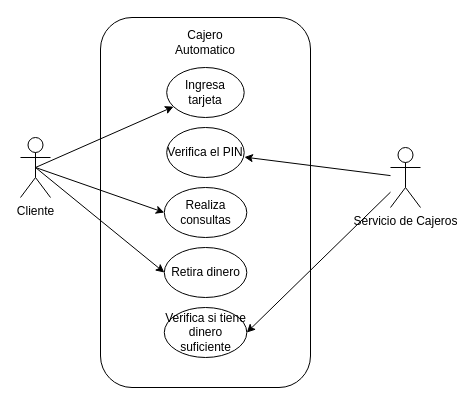
Above: Untitled Diagram.drawio in mrmango1/modeling (draw.io), before the change. Source tidied: cells renumbered, new cells numbered last; positions are measured from the earlier drawing's top-left corner, leaving out a move shared by most shapes. Both pictures are drawn from the tidied source at 100%, with x=0, y=0 at pixel (20, 17).
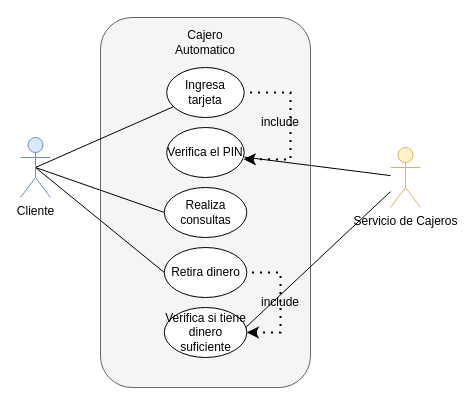
The same page after the edit.

The change refers to these unchanged cells:
```xml
<mxCell id="8" value="Realiza consultas" style="ellipse;whiteSpace=wrap;html=1;" parent="1" vertex="1">
  <mxGeometry x="143.8" y="170" width="82.5" height="50" as="geometry" />
</mxCell>
<mxCell id="9" value="Retira dinero" style="ellipse;whiteSpace=wrap;html=1;" parent="1" vertex="1">
  <mxGeometry x="143.8" y="230" width="82.5" height="50" as="geometry" />
</mxCell>
<mxCell id="10" value="Ingresa tarjeta" style="ellipse;whiteSpace=wrap;html=1;" parent="1" vertex="1">
  <mxGeometry x="146.2" y="50" width="77.5" height="50" as="geometry" />
</mxCell>
<mxCell id="14" value="Verifica el PIN" style="ellipse;whiteSpace=wrap;html=1;" parent="1" vertex="1">
  <mxGeometry x="146.2" y="110" width="77.5" height="50" as="geometry" />
</mxCell>
<mxCell id="15" value="Verifica si tiene dinero suficiente" style="ellipse;whiteSpace=wrap;html=1;" parent="1" vertex="1">
  <mxGeometry x="143.8" y="290" width="82.5" height="50" as="geometry" />
</mxCell>
```

Diff of the diagram source:
```diff
@@
-    <mxCell id="2" style="rounded=1;whiteSpace=wrap;html=1;" parent="1" vertex="1">
+    <mxCell id="2" style="rounded=1;whiteSpace=wrap;html=1;fillColor=#f5f5f5;strokeColor=#666666;fontColor=#333333;" parent="1" vertex="1">
       <mxGeometry x="80" width="210" height="370" as="geometry" />
     </mxCell>
-    <mxCell id="3" style="rounded=0;jettySize=auto;html=1;exitX=0.5;exitY=0.5;exitDx=0;exitDy=0;exitPerimeter=0;" parent="1" edge="1" source="6" target="10">
+    <mxCell id="3" style="rounded=0;jettySize=auto;html=1;exitX=0.5;exitY=0.5;exitDx=0;exitDy=0;exitPerimeter=0;endArrow=none;endFill=0;" parent="1" edge="1" source="6" target="10">
       <mxGeometry relative="1" as="geometry" />
     </mxCell>
-    <mxCell id="4" style="edgeStyle=none;rounded=0;jettySize=auto;html=1;exitX=0.5;exitY=0.5;exitDx=0;exitDy=0;exitPerimeter=0;entryX=0;entryY=0.5;entryDx=0;entryDy=0;" parent="1" edge="1" source="6" target="8">
+    <mxCell id="4" style="edgeStyle=none;rounded=0;jettySize=auto;html=1;exitX=0.5;exitY=0.5;exitDx=0;exitDy=0;exitPerimeter=0;entryX=0;entryY=0.5;entryDx=0;entryDy=0;endArrow=none;endFill=0;" parent="1" edge="1" source="6" target="8">
       <mxGeometry relative="1" as="geometry" />
     </mxCell>
-    <mxCell id="5" style="edgeStyle=none;rounded=0;jettySize=auto;html=1;exitX=0.5;exitY=0.5;exitDx=0;exitDy=0;exitPerimeter=0;entryX=0;entryY=0.5;entryDx=0;entryDy=0;" parent="1" edge="1" source="6" target="9">
+    <mxCell id="5" style="edgeStyle=none;rounded=0;jettySize=auto;html=1;exitX=0.5;exitY=0.5;exitDx=0;exitDy=0;exitPerimeter=0;entryX=0;entryY=0.5;entryDx=0;entryDy=0;endArrow=none;endFill=0;" parent="1" edge="1" source="6" target="9">
       <mxGeometry relative="1" as="geometry" />
     </mxCell>
-    <mxCell id="6" value="Cliente" style="shape=umlActor;verticalLabelPosition=bottom;verticalAlign=top;html=1;outlineConnect=0;" parent="1" vertex="1">
+    <mxCell id="6" value="Cliente" style="shape=umlActor;verticalLabelPosition=bottom;verticalAlign=top;html=1;outlineConnect=0;fillColor=#dae8fc;strokeColor=#6c8ebf;" parent="1" vertex="1">
       <mxGeometry y="120" width="30" height="60" as="geometry" />
     </mxCell>
@@
-    <mxCell id="11" style="edgeStyle=none;rounded=0;jettySize=auto;html=1;entryX=1.003;entryY=0.592;entryDx=0;entryDy=0;entryPerimeter=0;" parent="1" edge="1" source="13" target="14">
+    <mxCell id="11" style="edgeStyle=none;rounded=0;jettySize=auto;html=1;entryX=1.003;entryY=0.592;entryDx=0;entryDy=0;entryPerimeter=0;endArrow=none;endFill=0;" parent="1" edge="1" source="13" target="14">
       <mxGeometry relative="1" as="geometry" />
     </mxCell>
-    <mxCell id="12" style="edgeStyle=none;rounded=0;jettySize=auto;html=1;entryX=1;entryY=0.5;entryDx=0;entryDy=0;" parent="1" edge="1" source="13" target="15">
-      <mxGeometry relative="1" as="geometry" />
-    </mxCell>
-    <mxCell id="13" value="Servicio de Cajeros" style="shape=umlActor;verticalLabelPosition=bottom;verticalAlign=top;html=1;outlineConnect=0;" parent="1" vertex="1">
+    <mxCell id="13" value="Servicio de Cajeros" style="shape=umlActor;verticalLabelPosition=bottom;verticalAlign=top;html=1;outlineConnect=0;fillColor=#fff2cc;strokeColor=#d6b656;" parent="1" vertex="1">
       <mxGeometry x="370" y="130" width="30" height="60" as="geometry" />
     </mxCell>
@@
+    <mxCell id="16" style="endArrow=none;dashed=1;html=1;dashPattern=1 3;strokeWidth=2;rounded=0;entryX=1;entryY=0.5;entryDx=0;entryDy=0;exitX=0.994;exitY=0.634;exitDx=0;exitDy=0;exitPerimeter=0;startArrow=classic;startFill=1;" parent="1" edge="1" source="14" target="10">
+      <mxGeometry relative="1" as="geometry">
+        <Array as="points">
+          <mxPoint x="270" y="142" />
+          <mxPoint x="270" y="75" />
+        </Array>
+      </mxGeometry>
+    </mxCell>
+    <mxCell id="17" style="endArrow=none;dashed=1;html=1;dashPattern=1 3;strokeWidth=2;rounded=0;entryX=1;entryY=0.5;entryDx=0;entryDy=0;exitX=1;exitY=0.5;exitDx=0;exitDy=0;startArrow=classic;startFill=1;" parent="1" edge="1" source="15" target="9">
+      <mxGeometry relative="1" as="geometry">
+        <Array as="points">
+          <mxPoint x="260" y="315" />
+          <mxPoint x="260" y="255" />
+        </Array>
+      </mxGeometry>
+    </mxCell>
+    <mxCell id="18" value="include&lt;br&gt;" style="text;html=1;strokeColor=none;fillColor=none;align=center;verticalAlign=middle;whiteSpace=wrap;rounded=0;" parent="1" vertex="1">
+      <mxGeometry x="230" y="90" width="60" height="30" as="geometry" />
+    </mxCell>
+    <mxCell id="19" value="include&lt;br&gt;" style="text;html=1;strokeColor=none;fillColor=none;align=center;verticalAlign=middle;whiteSpace=wrap;rounded=0;" parent="1" vertex="1">
+      <mxGeometry x="230" y="270" width="60" height="30" as="geometry" />
+    </mxCell>
+    <mxCell id="12" style="edgeStyle=none;rounded=0;jettySize=auto;html=1;entryX=0.984;entryY=0.404;entryDx=0;entryDy=0;endArrow=none;endFill=0;entryPerimeter=0;" parent="1" edge="1" source="13" target="15">
+      <mxGeometry relative="1" as="geometry" />
+    </mxCell>
```
